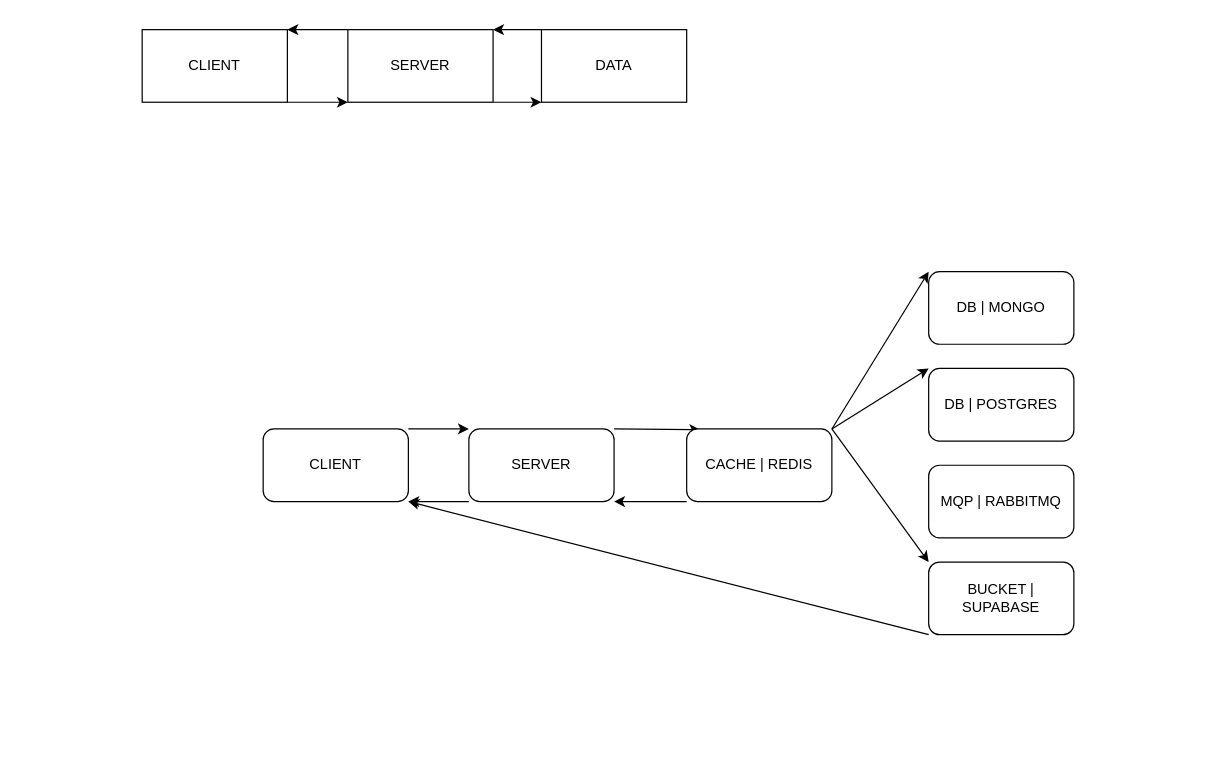
mcsamuelshoko/telko-moment-server keeps this draw.io diagram as documentation/server/architecture.drawio. Above is the earlier version. Source tidied: cells renumbered, new cells numbered last; positions are measured from the earlier drawing's top-left corner, leaving out a move shared by most shapes. Both pictures are drawn from the tidied source at 121%, with x=0, y=0 at pixel (142, 29).
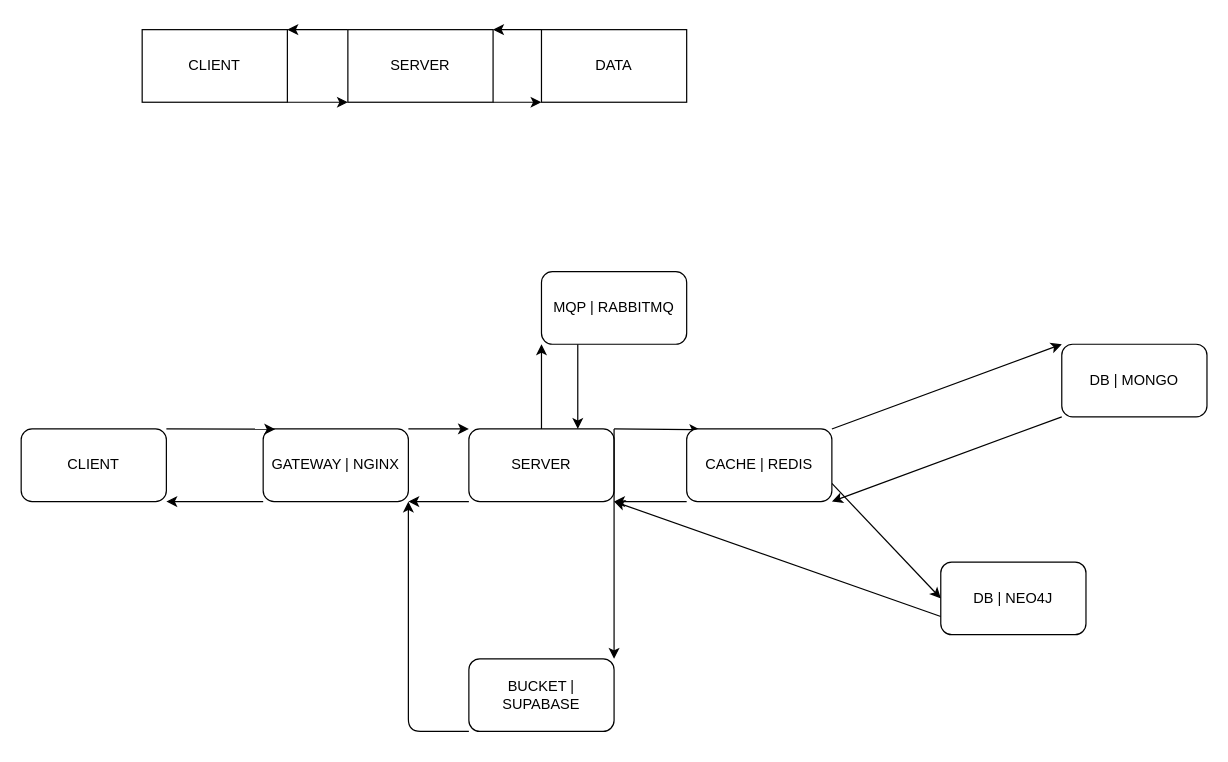
After the change.

Commit message:
update architecture.drawio, added Nginx and neo4j

The change refers to these unchanged cells:
```xml
<mxCell id="13" value="SERVER" style="rounded=1;whiteSpace=wrap;html=1;" parent="1" vertex="1">
  <mxGeometry x="270" y="330" width="120" height="60" as="geometry" />
</mxCell>
<mxCell id="22" value="CACHE | REDIS" style="rounded=1;whiteSpace=wrap;html=1;" parent="1" vertex="1">
  <mxGeometry x="450" y="330" width="120" height="60" as="geometry" />
</mxCell>
```

Diff of the diagram source:
```diff
@@
+    <mxCell id="24" style="edgeStyle=none;html=1;exitX=0;exitY=1;exitDx=0;exitDy=0;entryX=1;entryY=1;entryDx=0;entryDy=0;" parent="1" edge="1" source="10" target="30">
+      <mxGeometry relative="1" as="geometry" />
+    </mxCell>
-    <mxCell id="10" value="CLIENT" style="rounded=1;whiteSpace=wrap;html=1;" parent="1" vertex="1">
+    <mxCell id="10" value="GATEWAY | NGINX" style="rounded=1;whiteSpace=wrap;html=1;" parent="1" vertex="1">
       <mxGeometry x="100" y="330" width="120" height="60" as="geometry" />
     </mxCell>
@@
+    <mxCell id="25" style="edgeStyle=none;html=1;exitX=0.5;exitY=0;exitDx=0;exitDy=0;entryX=0;entryY=1;entryDx=0;entryDy=0;" parent="1" edge="1" source="13" target="23">
+      <mxGeometry relative="1" as="geometry" />
+    </mxCell>
@@
+    <mxCell id="26" style="edgeStyle=none;html=1;exitX=0;exitY=1;exitDx=0;exitDy=0;entryX=1;entryY=1;entryDx=0;entryDy=0;" parent="1" edge="1" source="14" target="22">
+      <mxGeometry relative="1" as="geometry" />
+    </mxCell>
     <mxCell id="14" value="DB | MONGO" style="rounded=1;whiteSpace=wrap;html=1;" parent="1" vertex="1">
-      <mxGeometry x="650" y="200" width="120" height="60" as="geometry" />
+      <mxGeometry x="760" y="260" width="120" height="60" as="geometry" />
     </mxCell>
+    <mxCell id="27" style="edgeStyle=none;html=1;exitX=0;exitY=0.75;exitDx=0;exitDy=0;entryX=1;entryY=1;entryDx=0;entryDy=0;" parent="1" edge="1" source="15" target="13">
+      <mxGeometry relative="1" as="geometry" />
+    </mxCell>
-    <mxCell id="15" value="DB | POSTGRES" style="rounded=1;whiteSpace=wrap;html=1;" parent="1" vertex="1">
-      <mxGeometry x="650" y="280" width="120" height="60" as="geometry" />
+    <mxCell id="15" value="DB | NEO4J" style="rounded=1;whiteSpace=wrap;html=1;" parent="1" vertex="1">
+      <mxGeometry x="660" y="440" width="120" height="60" as="geometry" />
     </mxCell>
     <mxCell id="16" style="edgeStyle=none;html=1;exitX=0;exitY=1;exitDx=0;exitDy=0;jumpStyle=none;" parent="1" edge="1" source="17">
       <mxGeometry relative="1" as="geometry">
         <mxPoint x="220" y="390" as="targetPoint" />
+        <Array as="points">
+          <mxPoint x="220" y="580" />
+        </Array>
       </mxGeometry>
     </mxCell>
     <mxCell id="17" value="BUCKET | SUPABASE" style="rounded=1;whiteSpace=wrap;html=1;" parent="1" vertex="1">
-      <mxGeometry x="650" y="440" width="120" height="60" as="geometry" />
+      <mxGeometry x="270" y="520" width="120" height="60" as="geometry" />
     </mxCell>
-    <mxCell id="18" style="edgeStyle=none;html=1;exitX=1;exitY=0;exitDx=0;exitDy=0;entryX=0;entryY=0;entryDx=0;entryDy=0;" parent="1" edge="1" source="22" target="14">
-      <mxGeometry relative="1" as="geometry" />
-    </mxCell>
-    <mxCell id="19" style="edgeStyle=none;html=1;exitX=1;exitY=0;exitDx=0;exitDy=0;entryX=0;entryY=0;entryDx=0;entryDy=0;" parent="1" edge="1" source="22" target="15">
+    <mxCell id="19" style="edgeStyle=none;html=1;exitX=1;exitY=0.75;exitDx=0;exitDy=0;entryX=0;entryY=0.5;entryDx=0;entryDy=0;" parent="1" edge="1" source="22" target="15">
       <mxGeometry relative="1" as="geometry" />
     </mxCell>
-    <mxCell id="20" style="edgeStyle=none;html=1;exitX=1;exitY=0;exitDx=0;exitDy=0;entryX=0;entryY=0;entryDx=0;entryDy=0;" parent="1" edge="1" source="22" target="17">
+    <mxCell id="20" style="edgeStyle=none;html=1;exitX=1;exitY=0;exitDx=0;exitDy=0;entryX=1;entryY=0;entryDx=0;entryDy=0;" parent="1" edge="1" source="13" target="17">
       <mxGeometry relative="1" as="geometry" />
     </mxCell>
@@
+    <mxCell id="18" style="edgeStyle=none;html=1;exitX=1;exitY=0;exitDx=0;exitDy=0;entryX=0;entryY=0;entryDx=0;entryDy=0;" parent="1" edge="1" source="22" target="14">
+      <mxGeometry relative="1" as="geometry" />
+    </mxCell>
@@
+    <mxCell id="28" style="edgeStyle=none;html=1;exitX=0.25;exitY=1;exitDx=0;exitDy=0;entryX=0.75;entryY=0;entryDx=0;entryDy=0;" parent="1" edge="1" source="23" target="13">
+      <mxGeometry relative="1" as="geometry" />
+    </mxCell>
     <mxCell id="23" value="MQP | RABBITMQ" style="rounded=1;whiteSpace=wrap;html=1;" parent="1" vertex="1">
-      <mxGeometry x="650" y="360" width="120" height="60" as="geometry" />
+      <mxGeometry x="330" y="200" width="120" height="60" as="geometry" />
     </mxCell>
+    <mxCell id="29" style="edgeStyle=none;html=1;exitX=1;exitY=0;exitDx=0;exitDy=0;entryX=0.083;entryY=0.004;entryDx=0;entryDy=0;entryPerimeter=0;" parent="1" edge="1" source="30" target="10">
+      <mxGeometry relative="1" as="geometry" />
+    </mxCell>
+    <mxCell id="30" value="CLIENT" style="rounded=1;whiteSpace=wrap;html=1;" parent="1" vertex="1">
+      <mxGeometry x="-100" y="330" width="120" height="60" as="geometry" />
+    </mxCell>
```
